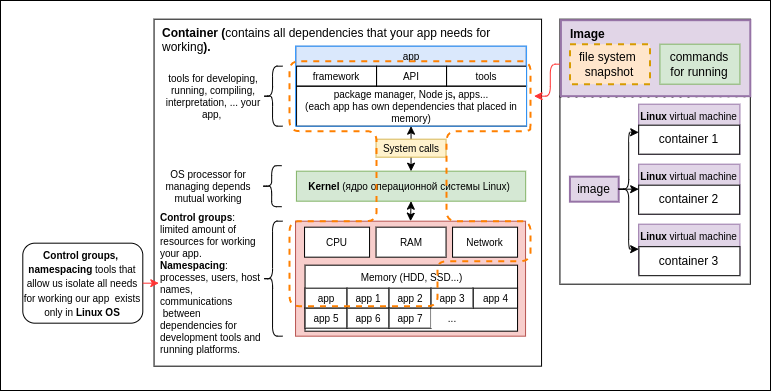
Earlier version of the draw.io export images/docker_container.drawio.png (21Michael/Backend-arch-learning). Source tidied: cells renumbered, new cells last; positions are measured from the earlier drawing's top-left corner, leaving out a move shared by most shapes.
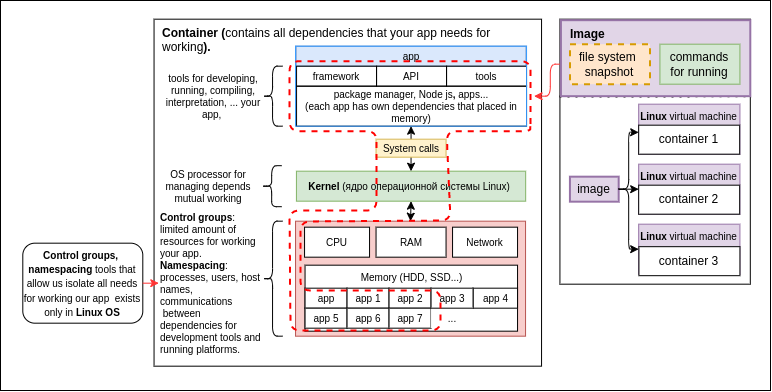
After the commit.

Change to the diagram source:
```diff
@@ -80,22 +80,22 @@
     <mxCell id="27" style="endArrow=classic;startArrow=classic;html=1;fontSize=10;exitX=0.5;exitY=0;exitDx=0;exitDy=0;entryX=0.5;entryY=1;entryDx=0;entryDy=0;" parent="1" edge="1" source="13" target="9">
       <mxGeometry relative="1" as="geometry" />
     </mxCell>
-    <mxCell id="28" style="endArrow=none;html=1;fontSize=10;dashed=1;strokeWidth=2;strokeColor=#FF8000;" parent="1" edge="1">
+    <mxCell id="28" style="endArrow=none;html=1;fontSize=10;dashed=1;strokeWidth=2;strokeColor=#FF0000;" parent="1" edge="1">
       <mxGeometry relative="1" as="geometry">
         <mxPoint x="529.7" y="125.7" as="sourcePoint" />
         <mxPoint x="530.1" y="125.7" as="targetPoint" />
         <Array as="points">
           <mxPoint x="530.1" y="130.7" />
           <mxPoint x="446.1" y="130.7" />
-          <mxPoint x="446.1" y="220.7" />
-          <mxPoint x="530.1" y="220.7" />
-          <mxPoint x="530.1" y="260.7" />
-          <mxPoint x="437.1" y="260.7" />
-          <mxPoint x="437.1" y="275.7" />
-          <mxPoint x="437.1" y="305.7" />
-          <mxPoint x="289.1" y="305.7" />
-          <mxPoint x="289.1" y="220.7" />
-          <mxPoint x="376.1" y="220.7" />
+          <mxPoint x="450" y="220" />
+          <mxPoint x="300" y="221" />
+          <mxPoint x="300" y="290" />
+          <mxPoint x="440" y="290" />
+          <mxPoint x="440" y="330" />
+          <mxPoint x="360" y="330" />
+          <mxPoint x="290" y="330" />
+          <mxPoint x="289" y="210" />
+          <mxPoint x="376" y="210" />
           <mxPoint x="376.1" y="130.7" />
           <mxPoint x="289.1" y="130.7" />
           <mxPoint x="289.1" y="60.7" />
```
